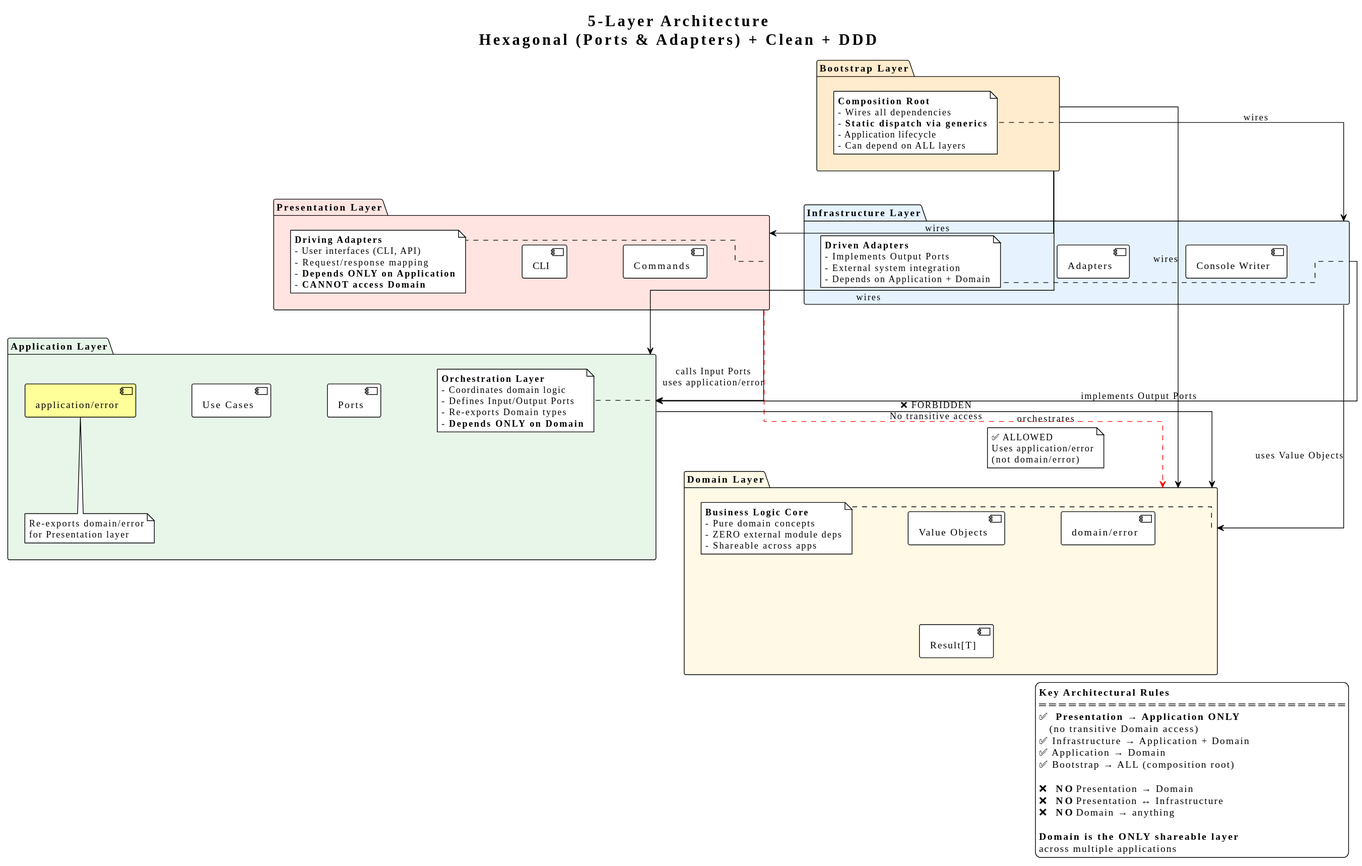
This is docs/diagrams/layer_dependencies.svg from gamerandomhobby/hybrid_lib_go, a PlantUML export, as it was before one commit. Its diagram source:
```plantuml
@startuml
!theme plain
skinparam linetype ortho
skinparam nodesep 80
skinparam ranksep 100

title 5-Layer Architecture\nHexagonal (Ports & Adapters) + Clean + DDD

package "Bootstrap Layer" as Bootstrap #FFEBCD {
  note right of Bootstrap
    **Composition Root**
    - Wires all dependencies
    - **Static dispatch via generics**
    - Application lifecycle
    - Can depend on ALL layers
  end note
}

package "Presentation Layer" as Presentation #FFE4E1 {
  component "CLI" as CLI
  component "Commands" as Commands
  note right of Presentation
    **Driving Adapters**
    - User interfaces (CLI, API)
    - Request/response mapping
    - **Depends ONLY on Application**
    - **CANNOT access Domain**
  end note
}

package "Infrastructure Layer" as Infrastructure #E6F3FF {
  component "Adapters" as Adapters
  component "Console Writer" as ConsoleWriter
  note right of Infrastructure
    **Driven Adapters**
    - Implements Output Ports
    - External system integration
    - Depends on Application + Domain
  end note
}

package "Application Layer" as Application #E8F5E9 {
  component "Use Cases" as UseCases
  component "Ports" as Ports
  component "application/error" as AppError #FFFF99
  note right of Application
    **Orchestration Layer**
    - Coordinates domain logic
    - Defines Input/Output Ports
    - Re-exports Domain types
    - **Depends ONLY on Domain**
  end note
  note bottom of AppError
    Re-exports domain/error
    for Presentation layer
  end note
}

package "Domain Layer" as Domain #FFF9E6 {
  component "Value Objects" as VOs
  component "domain/error" as DomainError
  component "Result[T]" as Result
  note right of Domain
    **Business Logic Core**
    - Pure domain concepts
    - ZERO external module deps
    - Shareable across apps
  end note
}

Bootstrap -down-> Presentation : wires
Bootstrap -down-> Infrastructure : wires
Bootstrap -down-> Application : wires
Bootstrap -down-> Domain : wires

Presentation -down-> Application : calls Input Ports\nuses application/error
Presentation -[hidden]down-> Domain

Infrastructure -down-> Application : implements Output Ports
Infrastructure -down-> Domain : uses Value Objects

Application -down-> Domain : orchestrates

note on link
  ✅ ALLOWED
  Uses application/error
  (not domain/error)
end note

Presentation .right.> Domain #red : ❌ FORBIDDEN\nNo transitive access

legend right
  **Key Architectural Rules**
  ═══════════════════════════════
  ✅ **Presentation → Application ONLY**
     (no transitive Domain access)
  ✅ Infrastructure → Application + Domain
  ✅ Application → Domain
  ✅ Bootstrap → ALL (composition root)

  ❌ **NO** Presentation → Domain
  ❌ **NO** Presentation ↔ Infrastructure
  ❌ **NO** Domain → anything

  **Domain is the ONLY shareable layer**
  across multiple applications
endlegend
@enduml
```
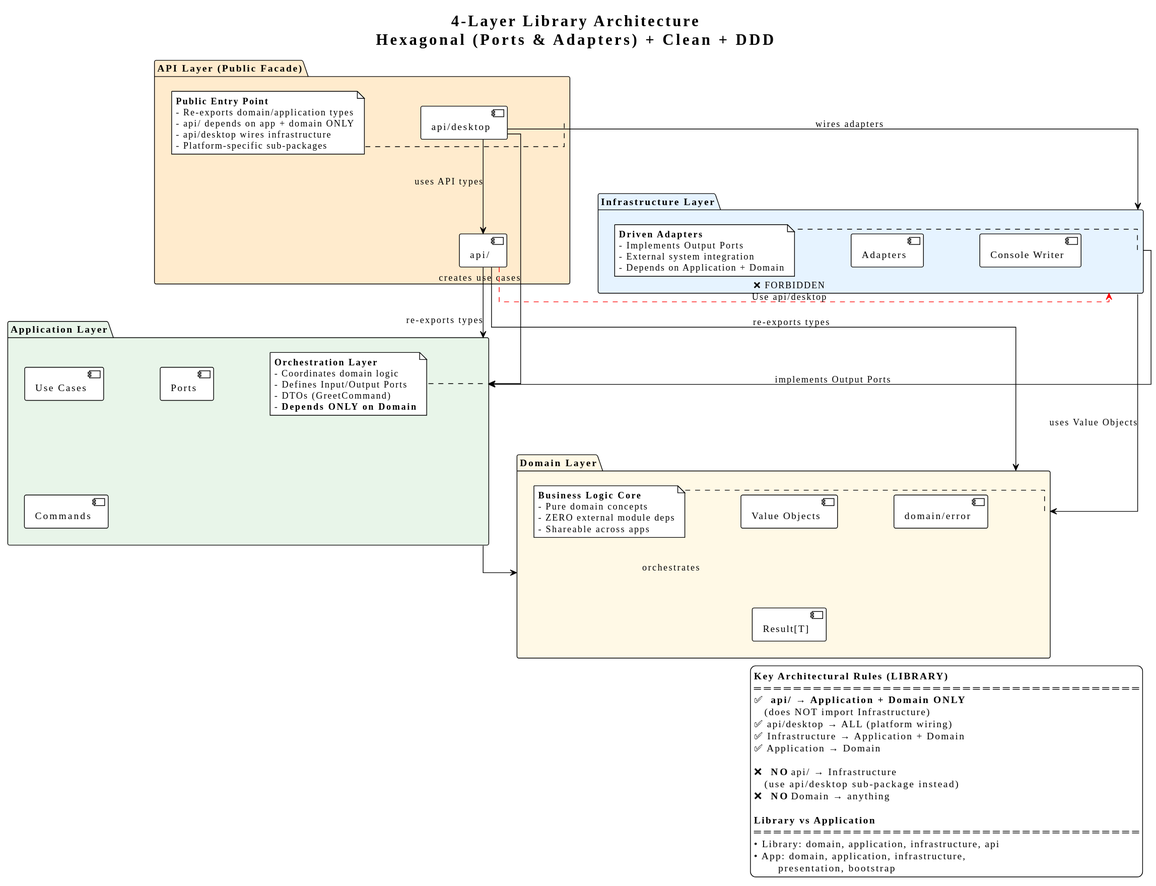
The same file after the commit.

Diff of the diagram source:
```diff
@@ -4,27 +4,17 @@
 skinparam nodesep 80
 skinparam ranksep 100
 
-title 5-Layer Architecture\nHexagonal (Ports & Adapters) + Clean + DDD
+title 4-Layer Library Architecture\nHexagonal (Ports & Adapters) + Clean + DDD
 
-package "Bootstrap Layer" as Bootstrap #FFEBCD {
-  note right of Bootstrap
-    **Composition Root**
-    - Wires all dependencies
-    - **Static dispatch via generics**
-    - Application lifecycle
-    - Can depend on ALL layers
-  end note
-}
-
-package "Presentation Layer" as Presentation #FFE4E1 {
-  component "CLI" as CLI
-  component "Commands" as Commands
-  note right of Presentation
-    **Driving Adapters**
-    - User interfaces (CLI, API)
-    - Request/response mapping
-    - **Depends ONLY on Application**
-    - **CANNOT access Domain**
+package "API Layer (Public Facade)" as API #FFEBCD {
+  component "api/" as APIFacade
+  component "api/desktop" as APIDesktop
+  note right of API
+    **Public Entry Point**
+    - Re-exports domain/application types
+    - api/ depends on app + domain ONLY
+    - api/desktop wires infrastructure
+    - Platform-specific sub-packages
   end note
 }
 
@@ -42,17 +32,13 @@
 package "Application Layer" as Application #E8F5E9 {
   component "Use Cases" as UseCases
   component "Ports" as Ports
-  component "application/error" as AppError #FFFF99
+  component "Commands" as Commands
   note right of Application
     **Orchestration Layer**
     - Coordinates domain logic
     - Defines Input/Output Ports
-    - Re-exports Domain types
+    - DTOs (GreetCommand)
     - **Depends ONLY on Domain**
-  end note
-  note bottom of AppError
-    Re-exports domain/error
-    for Presentation layer
   end note
 }
 
@@ -68,41 +54,37 @@
   end note
 }
 
-Bootstrap -down-> Presentation : wires
-Bootstrap -down-> Infrastructure : wires
-Bootstrap -down-> Application : wires
-Bootstrap -down-> Domain : wires
+APIFacade -down-> Application : re-exports types
+APIFacade -down-> Domain : re-exports types
 
-Presentation -down-> Application : calls Input Ports\nuses application/error
-Presentation -[hidden]down-> Domain
+APIDesktop -down-> Infrastructure : wires adapters
+APIDesktop -down-> Application : creates use cases
+APIDesktop -down-> APIFacade : uses API types
 
 Infrastructure -down-> Application : implements Output Ports
 Infrastructure -down-> Domain : uses Value Objects
 
 Application -down-> Domain : orchestrates
 
-note on link
-  ✅ ALLOWED
-  Uses application/error
-  (not domain/error)
-end note
-
-Presentation .right.> Domain #red : ❌ FORBIDDEN\nNo transitive access
+APIFacade .right.> Infrastructure #red : ❌ FORBIDDEN\nUse api/desktop
 
 legend right
-  **Key Architectural Rules**
-  ═══════════════════════════════
-  ✅ **Presentation → Application ONLY**
-     (no transitive Domain access)
+  **Key Architectural Rules (LIBRARY)**
+  ═══════════════════════════════════════
+  ✅ **api/ → Application + Domain ONLY**
+     (does NOT import Infrastructure)
+  ✅ api/desktop → ALL (platform wiring)
   ✅ Infrastructure → Application + Domain
   ✅ Application → Domain
-  ✅ Bootstrap → ALL (composition root)
 
-  ❌ **NO** Presentation → Domain
-  ❌ **NO** Presentation ↔ Infrastructure
+  ❌ **NO** api/ → Infrastructure
+     (use api/desktop sub-package instead)
   ❌ **NO** Domain → anything
 
-  **Domain is the ONLY shareable layer**
-  across multiple applications
+  **Library vs Application**
+  ═══════════════════════════════════════
+  • Library: domain, application, infrastructure, api
+  • App: domain, application, infrastructure,
+         presentation, bootstrap
 endlegend
 @enduml
```
